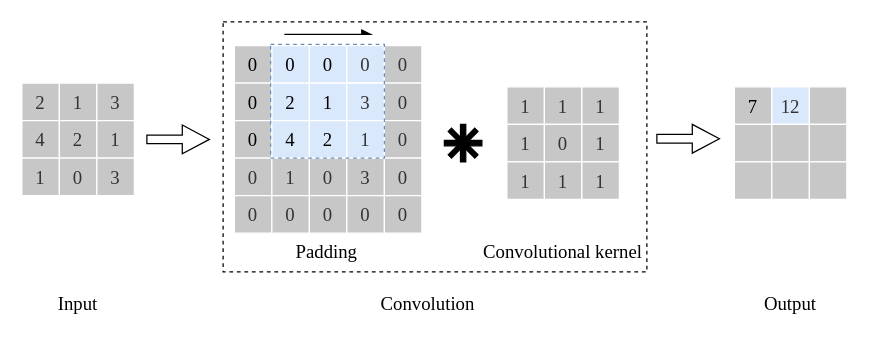
The draw.io diagram machine-learning/convolution.drawio in zhaicao/images, before the edit. Source tidied: cells renumbered, new cells numbered last; positions are measured from the earlier drawing's top-left corner, leaving out a move shared by most shapes. Both pictures are drawn from the tidied source at 125%, with x=0, y=0 at pixel (21, 21).
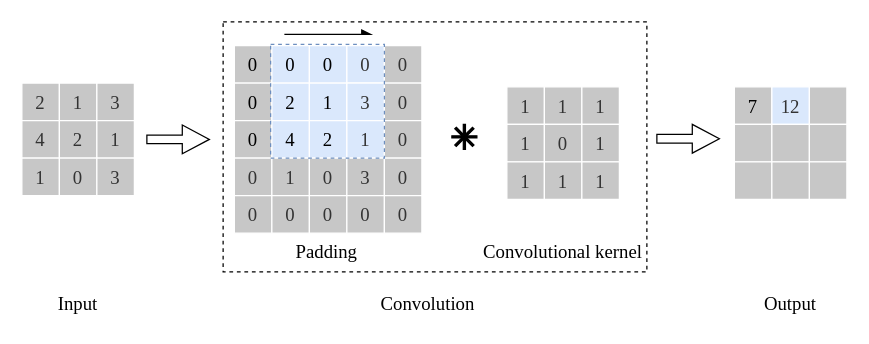
The same page after the edit.

The edit, as a diff of the source:
```diff
@@
-    <mxCell id="38" style="shape=cross;whiteSpace=wrap;html=1;fillColor=#000000;rotation=45;size=0.12451410269558684;fontSize=15;fontFamily=Times New Roman;" parent="1" vertex="1">
-      <mxGeometry x="338" y="82" width="30" height="30" as="geometry" />
+    <mxCell id="38" style="shape=cross;whiteSpace=wrap;html=1;fillColor=#000000;rotation=45;size=0.08578871867850694;fontSize=15;fontFamily=Times New Roman;" parent="1" vertex="1">
+      <mxGeometry x="344" y="82" width="20" height="20" as="geometry" />
     </mxCell>
@@
-    <mxCell id="57" style="shape=cross;whiteSpace=wrap;html=1;fillColor=#000000;size=0.14093973322432304;fontSize=15;fontFamily=Times New Roman;" parent="1" vertex="1">
-      <mxGeometry x="338" y="82" width="30" height="30" as="geometry" />
+    <mxCell id="57" style="shape=cross;whiteSpace=wrap;html=1;fillColor=#000000;size=0.08453994219168635;fontSize=15;fontFamily=Times New Roman;" parent="1" vertex="1">
+      <mxGeometry x="344" y="82" width="20" height="20" as="geometry" />
     </mxCell>
```
